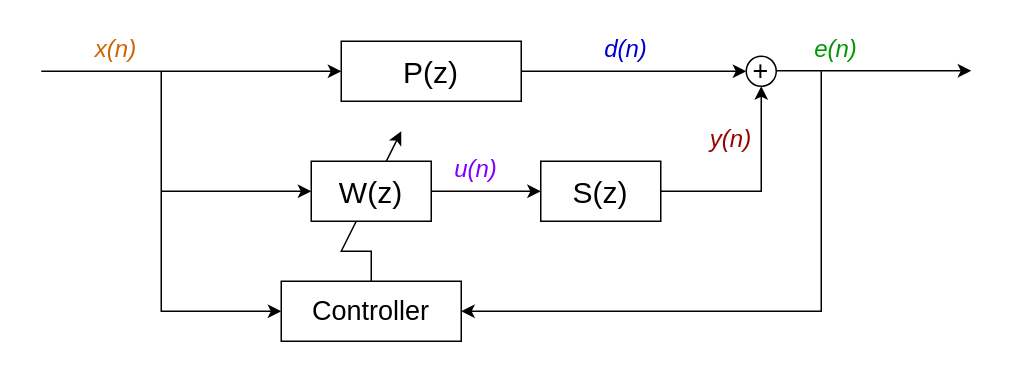
This is blockdiagram_feedforward1.drawio from Aakee/ANC-figures, a draw.io file, before an edit. Source tidied: cells renumbered, new cells numbered last; positions are measured from the earlier drawing's top-left corner, leaving out a move shared by most shapes. Both pictures are drawn from the tidied source at 150%, with x=0, y=0 at pixel (40, 26).
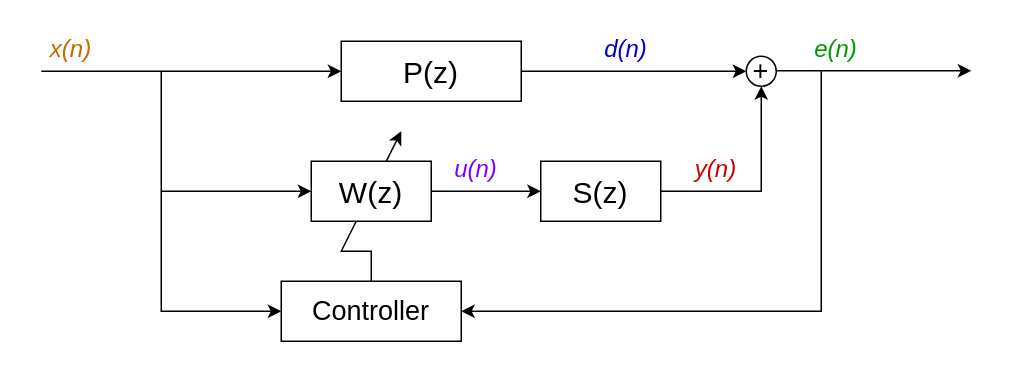
The same diagram, later.

The edit, as a diff of the source:
```diff
@@
     <mxCell id="16" value="&lt;font color=&quot;#cc6600&quot;&gt;&lt;i&gt;&lt;font style=&quot;font-size: 16px;&quot;&gt;x(n)&lt;/font&gt;&lt;/i&gt;&lt;/font&gt;" style="text;html=1;strokeColor=none;fillColor=none;align=center;verticalAlign=middle;whiteSpace=wrap;rounded=0;" parent="1" vertex="1">
-      <mxGeometry x="20" width="60" height="30" as="geometry" />
+      <mxGeometry x="-10" width="60" height="30" as="geometry" />
     </mxCell>
@@
-    <mxCell id="18" value="&lt;font color=&quot;#990000&quot;&gt;&lt;i&gt;&lt;font style=&quot;font-size: 16px;&quot;&gt;y(n)&lt;/font&gt;&lt;/i&gt;&lt;/font&gt;" style="text;html=1;strokeColor=none;fillColor=none;align=center;verticalAlign=middle;whiteSpace=wrap;rounded=0;" parent="1" vertex="1">
-      <mxGeometry x="430" y="60" width="60" height="30" as="geometry" />
+    <mxCell id="18" value="&lt;font color=&quot;#cc0000&quot;&gt;&lt;i&gt;&lt;font style=&quot;font-size: 16px;&quot;&gt;y(n)&lt;/font&gt;&lt;/i&gt;&lt;/font&gt;" style="text;html=1;strokeColor=none;fillColor=none;align=center;verticalAlign=middle;whiteSpace=wrap;rounded=0;" parent="1" vertex="1">
+      <mxGeometry x="420" y="80" width="60" height="30" as="geometry" />
     </mxCell>
```
